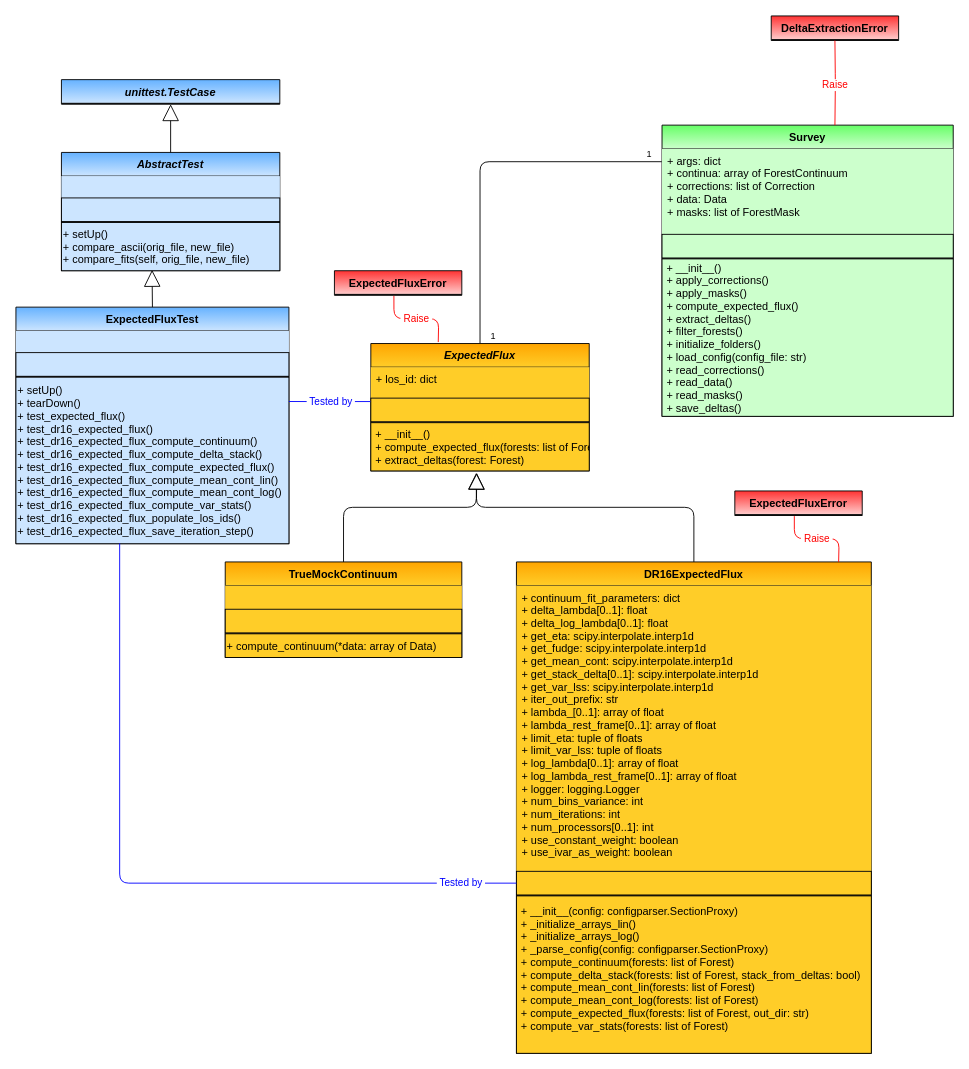
Before: page "ExpectedFlux" (6 of 7) of py/picca/delta_extraction/docs/data_model/data_model.drawio in igmhub/picca, a draw.io diagram. Source tidied: cells renumbered, new cells numbered last; positions are measured from the earlier drawing's top-left corner, leaving out a move shared by most shapes. Both pictures are drawn from the tidied source at 91%, with x=0, y=0 at pixel (15, 15).
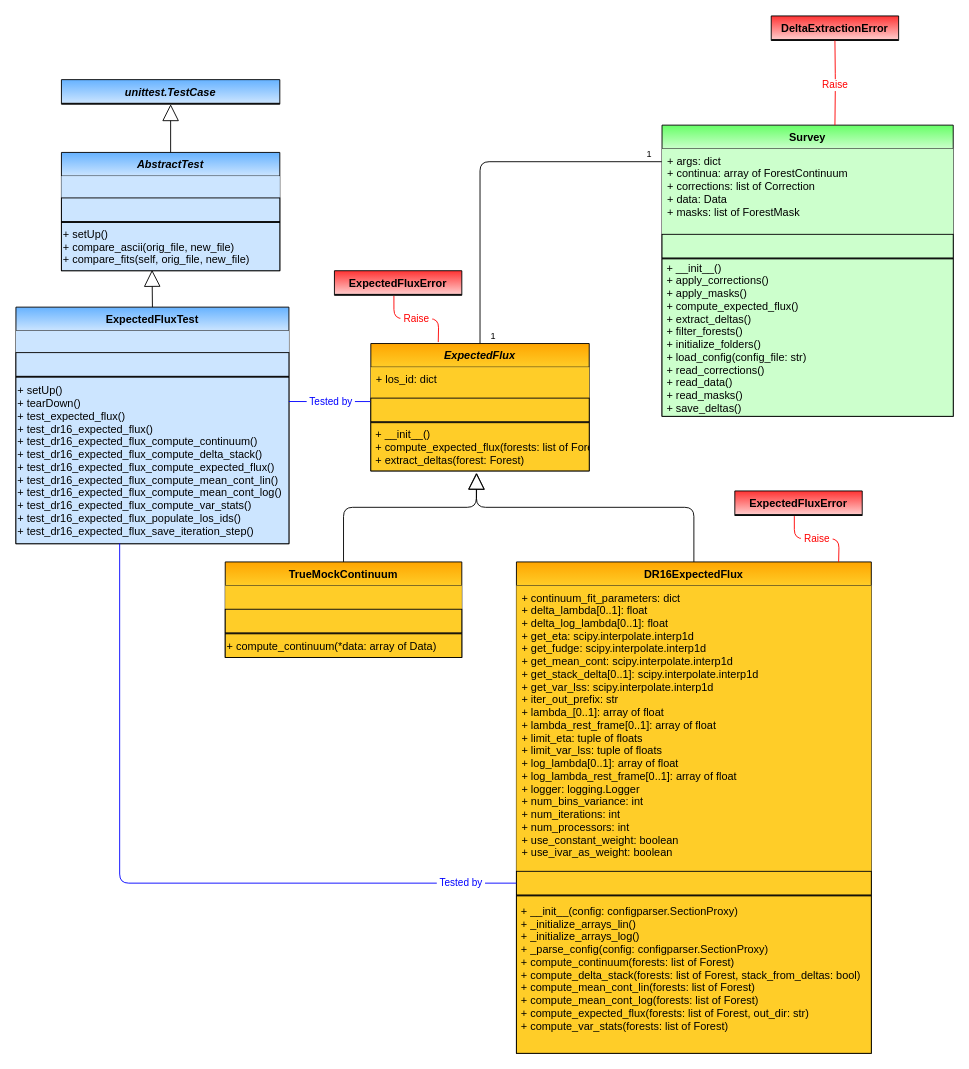
After the change.

Commit message (it also covers changes not shown here):
added default for 'num processors'

The change refers to these unchanged cells:
```xml
<mxCell id="29" value="DR16ExpectedFlux" style="swimlane;fontStyle=1;horizontal=1;startSize=26;fillColor=#ffcd28;swimlaneFillColor=#ffffff;rounded=0;shadow=0;glass=0;comic=0;strokeColor=#000000;gradientColor=#ffa500;swimlaneLine=1;gradientDirection=north;" parent="1" vertex="1">
  <mxGeometry x="550" y="600" width="390" height="540" as="geometry" />
</mxCell>
```

Diff of the diagram source:
```diff
@@
-    <mxCell id="30" value="+ continuum_fit_parameters: dict&#10;+ delta_lambda[0..1]: float&#10;+ delta_log_lambda[0..1]: float&#10;+ get_eta: scipy.interpolate.interp1d&#10;+ get_fudge: scipy.interpolate.interp1d&#10;+ get_mean_cont: scipy.interpolate.interp1d&#10;+ get_stack_delta[0..1]: scipy.interpolate.interp1d &#10;+ get_var_lss: scipy.interpolate.interp1d&#10;+ iter_out_prefix: str&#10;+ lambda_[0..1]: array of float&#10;+ lambda_rest_frame[0..1]: array of float&#10;+ limit_eta: tuple of floats&#10;+ limit_var_lss: tuple of floats&#10;+ log_lambda[0..1]: array of float&#10;+ log_lambda_rest_frame[0..1]: array of float&#10;+ logger: logging.Logger&#10;+ num_bins_variance: int&#10;+ num_iterations: int&#10;+ num_processors[0..1]: int&#10;+ use_constant_weight: boolean&#10;+ use_ivar_as_weight: boolean&#10;" style="text;strokeColor=none;fillColor=#ffcd28;align=left;verticalAlign=top;spacingLeft=4;spacingRight=4;overflow=hidden;gradientColor=none;" parent="29" vertex="1">
+    <mxCell id="30" value="+ continuum_fit_parameters: dict&#10;+ delta_lambda[0..1]: float&#10;+ delta_log_lambda[0..1]: float&#10;+ get_eta: scipy.interpolate.interp1d&#10;+ get_fudge: scipy.interpolate.interp1d&#10;+ get_mean_cont: scipy.interpolate.interp1d&#10;+ get_stack_delta[0..1]: scipy.interpolate.interp1d &#10;+ get_var_lss: scipy.interpolate.interp1d&#10;+ iter_out_prefix: str&#10;+ lambda_[0..1]: array of float&#10;+ lambda_rest_frame[0..1]: array of float&#10;+ limit_eta: tuple of floats&#10;+ limit_var_lss: tuple of floats&#10;+ log_lambda[0..1]: array of float&#10;+ log_lambda_rest_frame[0..1]: array of float&#10;+ logger: logging.Logger&#10;+ num_bins_variance: int&#10;+ num_iterations: int&#10;+ num_processors: int&#10;+ use_constant_weight: boolean&#10;+ use_ivar_as_weight: boolean&#10;" style="text;strokeColor=none;fillColor=#ffcd28;align=left;verticalAlign=top;spacingLeft=4;spacingRight=4;overflow=hidden;gradientColor=none;" parent="29" vertex="1">
       <mxGeometry y="26" width="390" height="314" as="geometry" />
     </mxCell>
```
